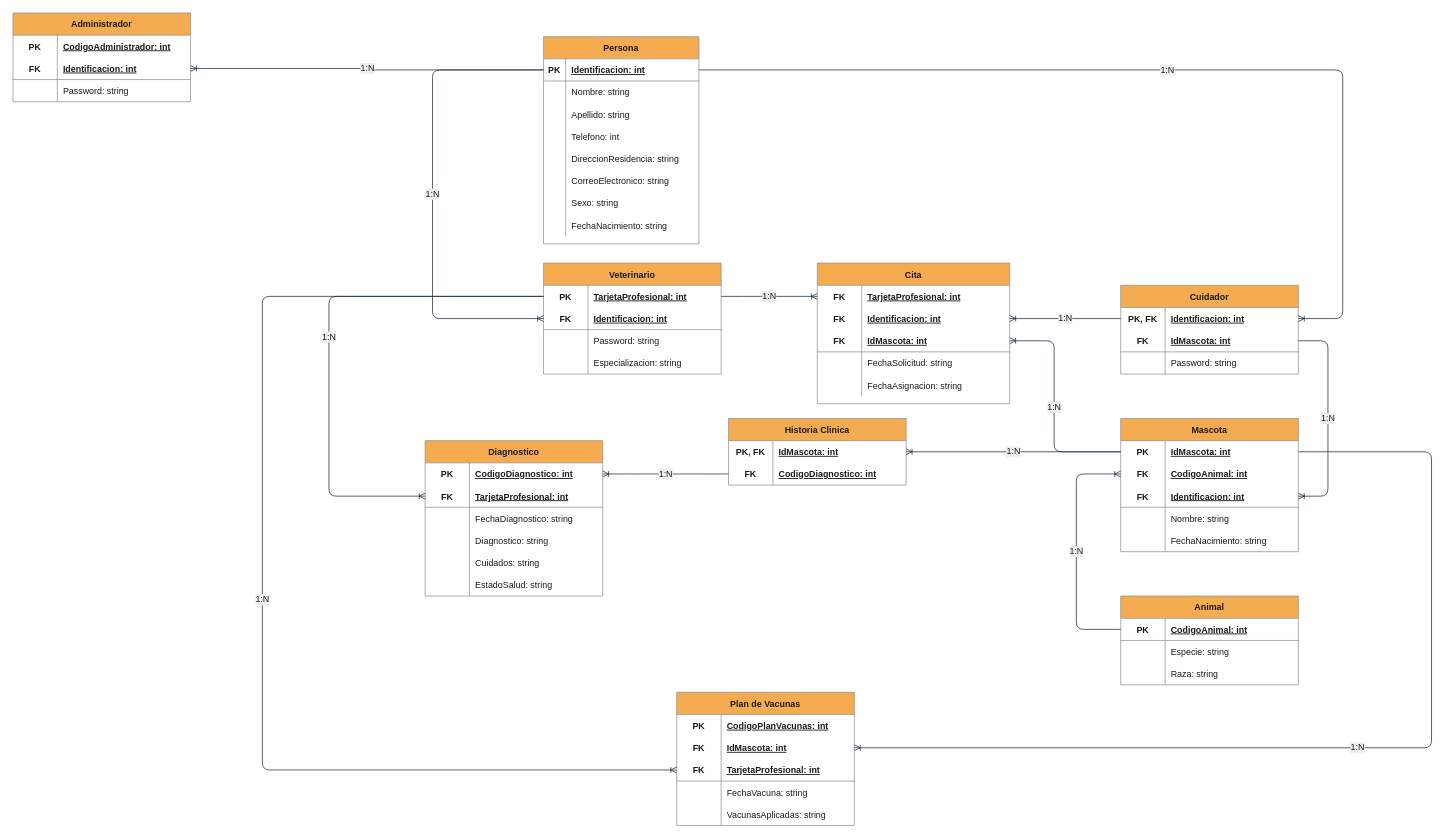
The draw.io diagram page "Entidad relacion" (3 of 3) of Diagramas.drawio in juandabi/teleVeterinaria, before the edit. Source tidied: cells renumbered, new cells numbered last; positions are measured from the earlier drawing's top-left corner, leaving out a move shared by most shapes. Both pictures are drawn from the tidied source at 74%, with x=0, y=0 at pixel (13, 13).
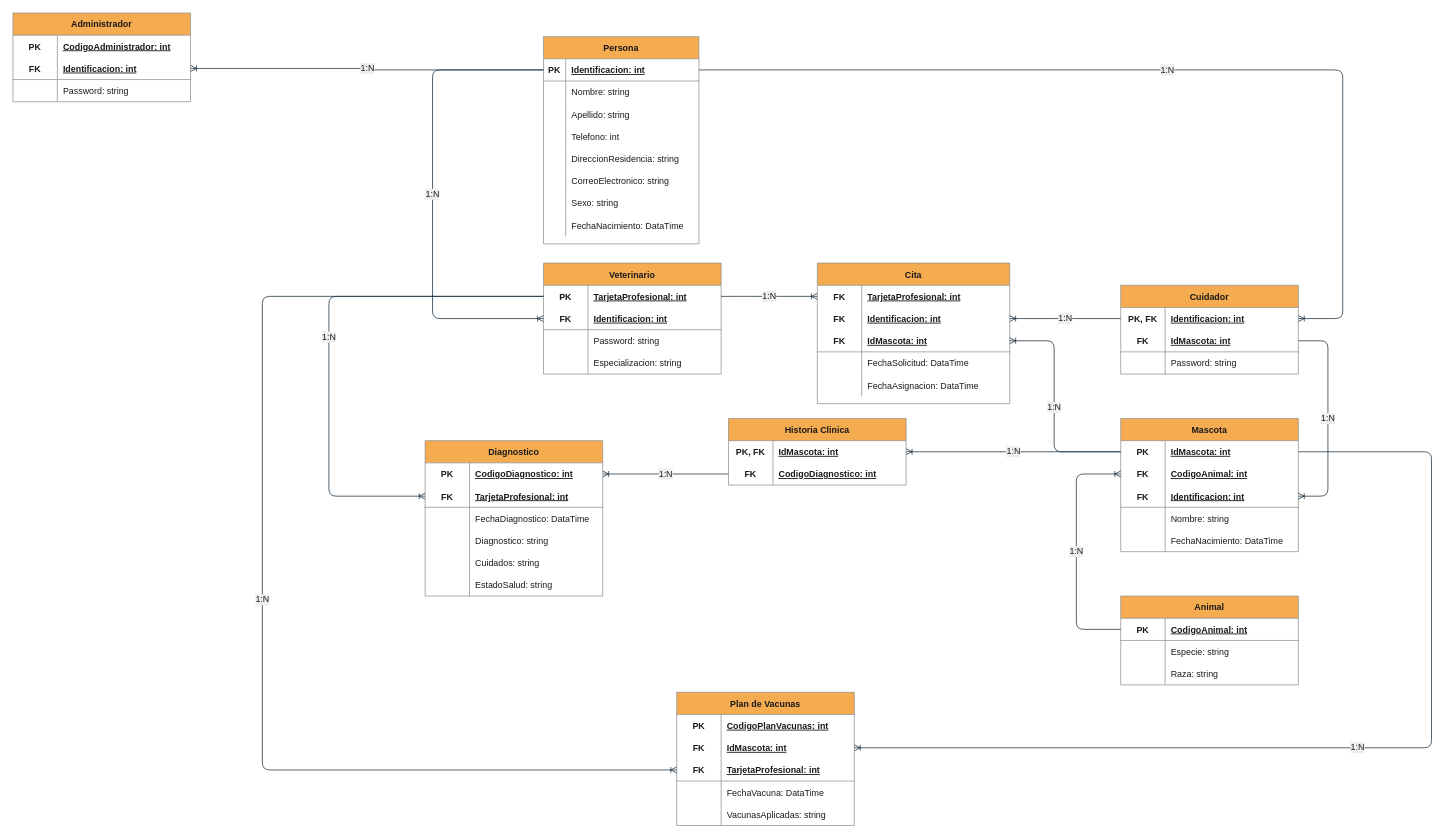
The same page after the edit.

Unchanged cells that the change refers to:
```xml
<mxCell id="24" style="shape=partialRectangle;fillColor=none;top=0;left=0;bottom=0;right=0;strokeColor=#909090;fontColor=#1A1A1A;" parent="2" vertex="1">
  <mxGeometry y="240" width="210" height="30" as="geometry" />
</mxCell>
<mxCell id="73" style="shape=partialRectangle;fillColor=none;top=0;left=0;bottom=0;right=0;strokeColor=#909090;fontColor=#1A1A1A;" parent="60" vertex="1">
  <mxGeometry y="150" width="240" height="30" as="geometry" />
</mxCell>
<mxCell id="86" style="shape=partialRectangle;fillColor=none;top=0;left=0;bottom=0;right=0;strokeColor=#909090;fontColor=#1A1A1A;" parent="76" vertex="1">
  <mxGeometry y="120" width="260" height="30" as="geometry" />
</mxCell>
<mxCell id="89" style="shape=partialRectangle;fillColor=none;top=0;left=0;bottom=0;right=0;strokeColor=#909090;fontColor=#1A1A1A;" parent="76" vertex="1">
  <mxGeometry y="150" width="260" height="30" as="geometry" />
</mxCell>
<mxCell id="106" style="shape=partialRectangle;fillColor=none;top=0;left=0;bottom=0;right=0;strokeColor=#909090;fontColor=#1A1A1A;" parent="99" vertex="1">
  <mxGeometry y="90" width="240" height="30" as="geometry" />
</mxCell>
<mxCell id="138" style="shape=partialRectangle;fillColor=none;top=0;left=0;bottom=0;right=0;strokeColor=#909090;fontColor=#1A1A1A;" parent="128" vertex="1">
  <mxGeometry y="120" width="240" height="30" as="geometry" />
</mxCell>
```

What changed in the source:
```diff
@@
-    <mxCell id="26" value="FechaNacimiento: string" style="shape=partialRectangle;fillColor=none;top=0;left=0;bottom=0;right=0;align=left;spacingLeft=6;overflow=hidden;strokeColor=#909090;fontColor=#1A1A1A;" parent="24" vertex="1">
+    <mxCell id="26" value="FechaNacimiento: DataTime" style="shape=partialRectangle;fillColor=none;top=0;left=0;bottom=0;right=0;align=left;spacingLeft=6;overflow=hidden;strokeColor=#909090;fontColor=#1A1A1A;" parent="24" vertex="1">
       <mxGeometry x="30" width="180" height="30" as="geometry" />
     </mxCell>
@@
-    <mxCell id="75" value="FechaNacimiento: string" style="shape=partialRectangle;fillColor=none;top=0;left=0;bottom=0;right=0;align=left;spacingLeft=6;overflow=hidden;strokeColor=#909090;fontColor=#1A1A1A;" parent="73" vertex="1">
+    <mxCell id="75" value="FechaNacimiento: DataTime" style="shape=partialRectangle;fillColor=none;top=0;left=0;bottom=0;right=0;align=left;spacingLeft=6;overflow=hidden;strokeColor=#909090;fontColor=#1A1A1A;" parent="73" vertex="1">
       <mxGeometry x="60" width="180" height="30" as="geometry" />
     </mxCell>
@@
-    <mxCell id="88" value="FechaSolicitud: string" style="shape=partialRectangle;fillColor=none;top=0;left=0;bottom=0;right=0;align=left;spacingLeft=6;overflow=hidden;strokeColor=#909090;fontColor=#1A1A1A;" parent="86" vertex="1">
+    <mxCell id="88" value="FechaSolicitud: DataTime" style="shape=partialRectangle;fillColor=none;top=0;left=0;bottom=0;right=0;align=left;spacingLeft=6;overflow=hidden;strokeColor=#909090;fontColor=#1A1A1A;" parent="86" vertex="1">
       <mxGeometry x="60" width="200" height="30" as="geometry" />
     </mxCell>
@@
-    <mxCell id="91" value="FechaAsignacion: string" style="shape=partialRectangle;fillColor=none;top=0;left=0;bottom=0;right=0;align=left;spacingLeft=6;overflow=hidden;strokeColor=#909090;fontColor=#1A1A1A;" parent="89" vertex="1">
+    <mxCell id="91" value="FechaAsignacion: DataTime" style="shape=partialRectangle;fillColor=none;top=0;left=0;bottom=0;right=0;align=left;spacingLeft=6;overflow=hidden;strokeColor=#909090;fontColor=#1A1A1A;" parent="89" vertex="1">
       <mxGeometry x="60" width="200" height="30" as="geometry" />
     </mxCell>
@@
-    <mxCell id="108" value="FechaDiagnostico: string" style="shape=partialRectangle;fillColor=none;top=0;left=0;bottom=0;right=0;align=left;spacingLeft=6;overflow=hidden;strokeColor=#909090;fontColor=#1A1A1A;" parent="106" vertex="1">
+    <mxCell id="108" value="FechaDiagnostico: DataTime" style="shape=partialRectangle;fillColor=none;top=0;left=0;bottom=0;right=0;align=left;spacingLeft=6;overflow=hidden;strokeColor=#909090;fontColor=#1A1A1A;" parent="106" vertex="1">
       <mxGeometry x="60" width="180" height="30" as="geometry" />
     </mxCell>
@@
-    <mxCell id="140" value="FechaVacuna: string" style="shape=partialRectangle;fillColor=none;top=0;left=0;bottom=0;right=0;align=left;spacingLeft=6;overflow=hidden;strokeColor=#909090;fontColor=#1A1A1A;" parent="138" vertex="1">
+    <mxCell id="140" value="FechaVacuna: DataTime" style="shape=partialRectangle;fillColor=none;top=0;left=0;bottom=0;right=0;align=left;spacingLeft=6;overflow=hidden;strokeColor=#909090;fontColor=#1A1A1A;" parent="138" vertex="1">
       <mxGeometry x="60" width="180" height="30" as="geometry" />
     </mxCell>
```
